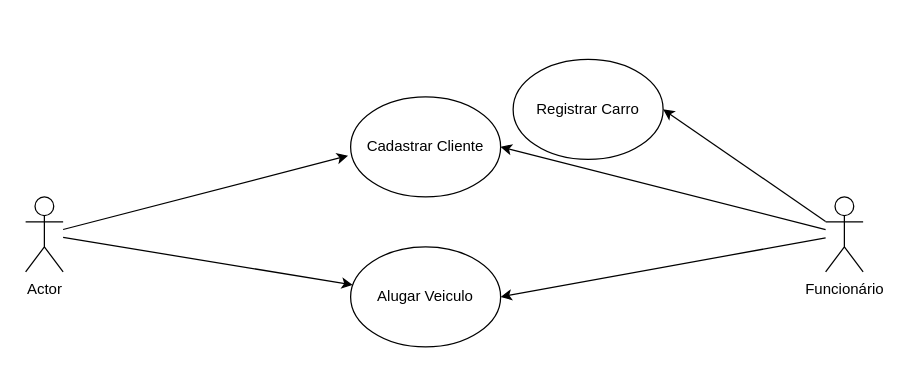
The draw.io diagram locação de veiculos.drawio in ArcanjoDaGuarda/AnjoProjetos, before the edit. Source tidied: cells renumbered, new cells numbered last; positions are measured from the earlier drawing's top-left corner, leaving out a move shared by most shapes. Both pictures are drawn from the tidied source at 125%, with x=0, y=0 at pixel (25, 59).
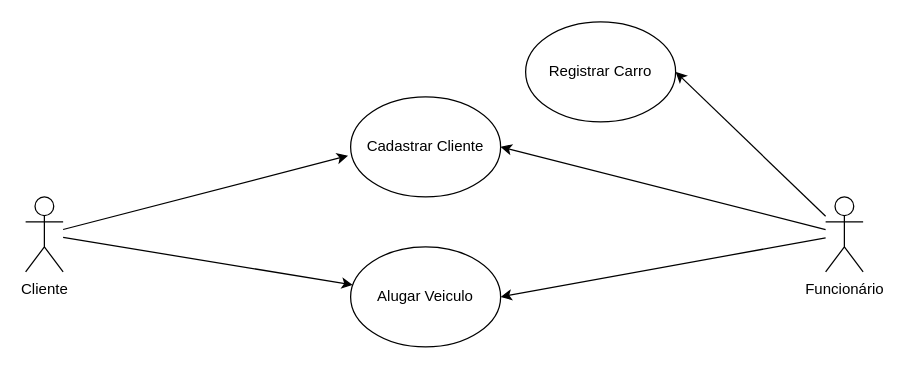
After the change.

The edit, as a diff of the source:
```diff
@@
 <mxGraphModel>
   <root>
     <mxCell id="0" />
     <mxCell id="1" parent="0" />
-    <mxCell id="2" value="Actor" style="shape=umlActor;verticalLabelPosition=bottom;verticalAlign=top;html=1;outlineConnect=0;" parent="1" vertex="1">
+    <mxCell id="2" value="Cliente" style="shape=umlActor;verticalLabelPosition=bottom;verticalAlign=top;html=1;outlineConnect=0;" parent="1" vertex="1">
       <mxGeometry y="110" width="30" height="60" as="geometry" />
     </mxCell>
     <mxCell id="3" value="Cadastrar Cliente" style="ellipse;whiteSpace=wrap;html=1;" parent="1" vertex="1">
       <mxGeometry x="260" y="30" width="120" height="80" as="geometry" />
     </mxCell>
     <mxCell id="4" value="Registrar Carro" style="ellipse;whiteSpace=wrap;html=1;" parent="1" vertex="1">
-      <mxGeometry x="390" width="120" height="80" as="geometry" />
+      <mxGeometry x="400" y="-30" width="120" height="80" as="geometry" />
     </mxCell>
     <mxCell id="5" value="Funcionário" style="shape=umlActor;verticalLabelPosition=bottom;verticalAlign=top;html=1;outlineConnect=0;" parent="1" vertex="1">
       <mxGeometry x="640" y="110" width="30" height="60" as="geometry" />
     </mxCell>
     <mxCell id="6" value="Alugar Veiculo" style="ellipse;whiteSpace=wrap;html=1;" parent="1" vertex="1">
       <mxGeometry x="260" y="150" width="120" height="80" as="geometry" />
     </mxCell>
     <mxCell id="7" style="endArrow=classic;html=1;rounded=0;entryX=-0.017;entryY=0.588;entryDx=0;entryDy=0;entryPerimeter=0;" parent="1" edge="1" source="2" target="3">
       <mxGeometry relative="1" as="geometry" />
     </mxCell>
     <mxCell id="8" style="endArrow=classic;html=1;rounded=0;entryX=1;entryY=0.5;entryDx=0;entryDy=0;" parent="1" edge="1" source="5" target="3">
       <mxGeometry relative="1" as="geometry" />
     </mxCell>
     <mxCell id="9" style="endArrow=classic;html=1;rounded=0;entryX=1;entryY=0.5;entryDx=0;entryDy=0;" parent="1" edge="1" source="5" target="4">
       <mxGeometry relative="1" as="geometry" />
     </mxCell>
     <mxCell id="10" style="endArrow=classic;html=1;rounded=0;" parent="1" edge="1" source="2" target="6">
       <mxGeometry relative="1" as="geometry" />
     </mxCell>
     <mxCell id="11" style="endArrow=classic;html=1;rounded=0;entryX=1;entryY=0.5;entryDx=0;entryDy=0;" parent="1" edge="1" source="5" target="6">
       <mxGeometry relative="1" as="geometry" />
     </mxCell>
   </root>
 </mxGraphModel>
```
